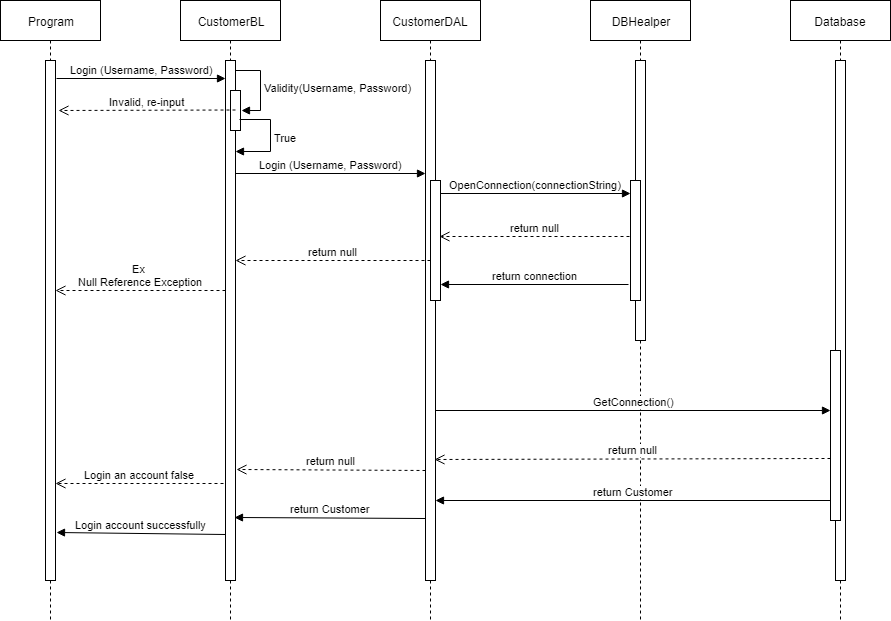
Before: Document/Sequence Diagram/SequenceDiagram_Login.png, a diagram exported from draw.io (LinhNguyennnn/Shop_HeadPhone_G03). Source tidied: cells renumbered, new cells last; positions are measured from the earlier drawing's top-left corner, leaving out a move shared by most shapes. Source of this version:
```xml
<mxGraphModel>
  <root>
    <mxCell id="0" />
    <mxCell id="1" parent="0" />
    <mxCell id="2" value="Program" style="shape=umlLifeline;perimeter=lifelinePerimeter;whiteSpace=wrap;html=1;" parent="1" vertex="1">
      <mxGeometry width="100" height="620" as="geometry" />
    </mxCell>
    <mxCell id="3" style="html=1;points=[];perimeter=orthogonalPerimeter;" parent="2" vertex="1">
      <mxGeometry x="45" y="60" width="10" height="520" as="geometry" />
    </mxCell>
    <mxCell id="4" value="CustomerBL" style="shape=umlLifeline;perimeter=lifelinePerimeter;whiteSpace=wrap;html=1;" parent="1" vertex="1">
      <mxGeometry x="180" width="100" height="620" as="geometry" />
    </mxCell>
    <mxCell id="5" value="CustomerDAL" style="shape=umlLifeline;perimeter=lifelinePerimeter;whiteSpace=wrap;html=1;" parent="1" vertex="1">
      <mxGeometry x="380" width="100" height="620" as="geometry" />
    </mxCell>
    <mxCell id="6" style="html=1;points=[];perimeter=orthogonalPerimeter;" parent="5" vertex="1">
      <mxGeometry x="45" y="60" width="10" height="520" as="geometry" />
    </mxCell>
    <mxCell id="7" style="html=1;points=[];perimeter=orthogonalPerimeter;" parent="5" vertex="1">
      <mxGeometry x="50" y="180" width="10" height="120" as="geometry" />
    </mxCell>
    <mxCell id="8" value="DBHealper" style="shape=umlLifeline;perimeter=lifelinePerimeter;whiteSpace=wrap;html=1;" parent="1" vertex="1">
      <mxGeometry x="590" width="100" height="620" as="geometry" />
    </mxCell>
    <mxCell id="9" style="html=1;perimeter=orthogonalPerimeter;" parent="8" vertex="1">
      <mxGeometry x="45" y="60" width="10" height="280" as="geometry" />
    </mxCell>
    <mxCell id="10" style="html=1;points=[];perimeter=orthogonalPerimeter;" parent="8" vertex="1">
      <mxGeometry x="40" y="180" width="10" height="120" as="geometry" />
    </mxCell>
    <mxCell id="11" value="Database" style="shape=umlLifeline;perimeter=lifelinePerimeter;whiteSpace=wrap;html=1;" parent="1" vertex="1">
      <mxGeometry x="790" width="100" height="620" as="geometry" />
    </mxCell>
    <mxCell id="12" style="html=1;perimeter=orthogonalPerimeter;" parent="11" vertex="1">
      <mxGeometry x="45" y="60" width="10" height="520" as="geometry" />
    </mxCell>
    <mxCell id="13" style="html=1;points=[];perimeter=orthogonalPerimeter;" parent="11" vertex="1">
      <mxGeometry x="40" y="350" width="10" height="170" as="geometry" />
    </mxCell>
    <mxCell id="14" style="html=1;points=[];perimeter=orthogonalPerimeter;" parent="1" vertex="1">
      <mxGeometry x="225" y="60" width="10" height="520" as="geometry" />
    </mxCell>
    <mxCell id="15" value="Login (Username, Password)" style="html=1;verticalAlign=bottom;endArrow=block;exitX=1.1;exitY=0.035;exitDx=0;exitDy=0;exitPerimeter=0;" parent="1" edge="1" source="3" target="14">
      <mxGeometry relative="1" as="geometry" />
    </mxCell>
    <mxCell id="16" style="html=1;points=[];perimeter=orthogonalPerimeter;" parent="1" vertex="1">
      <mxGeometry x="230" y="90" width="10" height="40" as="geometry" />
    </mxCell>
    <mxCell id="17" value="Validity(Username, Password)" style="edgeStyle=orthogonalEdgeStyle;html=1;align=left;spacingLeft=2;endArrow=block;rounded=0;entryX=1.083;entryY=0.492;entryDx=0;entryDy=0;entryPerimeter=0;" parent="1" edge="1" source="14" target="16">
      <mxGeometry relative="1" as="geometry">
        <Array as="points">
          <mxPoint x="260" y="70" />
          <mxPoint x="260" y="110" />
        </Array>
      </mxGeometry>
    </mxCell>
    <mxCell id="18" value="True" style="edgeStyle=orthogonalEdgeStyle;html=1;align=left;spacingLeft=2;endArrow=block;rounded=0;exitX=0.917;exitY=0.721;exitDx=0;exitDy=0;exitPerimeter=0;" parent="1" edge="1" source="16" target="14">
      <mxGeometry relative="1" as="geometry">
        <Array as="points">
          <mxPoint x="270" y="119" />
          <mxPoint x="270" y="151" />
        </Array>
      </mxGeometry>
    </mxCell>
    <mxCell id="19" value="Login (Username, Password)" style="html=1;verticalAlign=bottom;endArrow=block;entryX=0;entryY=0.217;entryDx=0;entryDy=0;entryPerimeter=0;" parent="1" edge="1" source="14" target="6">
      <mxGeometry relative="1" as="geometry" />
    </mxCell>
    <mxCell id="20" value="OpenConnection(connectionString)" style="html=1;verticalAlign=bottom;endArrow=block;" parent="1" edge="1" target="10">
      <mxGeometry relative="1" as="geometry">
        <mxPoint x="440" y="193" as="sourcePoint" />
      </mxGeometry>
    </mxCell>
    <mxCell id="21" value="return connection" style="html=1;verticalAlign=bottom;endArrow=block;exitX=-0.2;exitY=0.867;exitDx=0;exitDy=0;exitPerimeter=0;" parent="1" edge="1" source="10" target="7">
      <mxGeometry relative="1" as="geometry" />
    </mxCell>
    <mxCell id="22" value="GetConnection()" style="html=1;verticalAlign=bottom;endArrow=block;entryX=0;entryY=0.353;entryDx=0;entryDy=0;entryPerimeter=0;" parent="1" edge="1" source="6" target="13">
      <mxGeometry relative="1" as="geometry" />
    </mxCell>
    <mxCell id="23" value="return Customer" style="html=1;verticalAlign=bottom;endArrow=block;exitX=0;exitY=0.882;exitDx=0;exitDy=0;exitPerimeter=0;" parent="1" edge="1" source="13" target="6">
      <mxGeometry relative="1" as="geometry" />
    </mxCell>
    <mxCell id="24" value="return null" style="html=1;verticalAlign=bottom;endArrow=open;dashed=1;endSize=8;exitX=0;exitY=0.635;exitDx=0;exitDy=0;exitPerimeter=0;entryX=0.9;entryY=0.767;entryDx=0;entryDy=0;entryPerimeter=0;" parent="1" edge="1" source="13" target="6">
      <mxGeometry relative="1" as="geometry" />
    </mxCell>
    <mxCell id="25" value="return null" style="html=1;verticalAlign=bottom;endArrow=open;dashed=1;endSize=8;exitX=0;exitY=0.788;exitDx=0;exitDy=0;exitPerimeter=0;entryX=1.1;entryY=0.787;entryDx=0;entryDy=0;entryPerimeter=0;" parent="1" edge="1" source="6" target="14">
      <mxGeometry relative="1" as="geometry" />
    </mxCell>
    <mxCell id="26" value="return Customer" style="html=1;verticalAlign=bottom;endArrow=block;exitX=0;exitY=0.881;exitDx=0;exitDy=0;exitPerimeter=0;entryX=0.9;entryY=0.879;entryDx=0;entryDy=0;entryPerimeter=0;" parent="1" edge="1" source="6" target="14">
      <mxGeometry relative="1" as="geometry" />
    </mxCell>
    <mxCell id="27" value="Login an account false" style="html=1;verticalAlign=bottom;endArrow=open;dashed=1;endSize=8;exitX=-0.2;exitY=0.813;exitDx=0;exitDy=0;exitPerimeter=0;" parent="1" edge="1" source="14" target="3">
      <mxGeometry relative="1" as="geometry" />
    </mxCell>
    <mxCell id="28" value="Login account successfully" style="html=1;verticalAlign=bottom;endArrow=block;exitX=0;exitY=0.912;exitDx=0;exitDy=0;exitPerimeter=0;entryX=1.1;entryY=0.908;entryDx=0;entryDy=0;entryPerimeter=0;" parent="1" edge="1" source="14" target="3">
      <mxGeometry relative="1" as="geometry" />
    </mxCell>
    <mxCell id="29" value="return null" style="html=1;verticalAlign=bottom;endArrow=open;dashed=1;endSize=8;exitX=-0.1;exitY=0.467;exitDx=0;exitDy=0;exitPerimeter=0;entryX=0.9;entryY=0.467;entryDx=0;entryDy=0;entryPerimeter=0;" parent="1" edge="1" source="10" target="7">
      <mxGeometry relative="1" as="geometry" />
    </mxCell>
    <mxCell id="30" value="return null" style="html=1;verticalAlign=bottom;endArrow=open;dashed=1;endSize=8;exitX=0.5;exitY=0.385;exitDx=0;exitDy=0;exitPerimeter=0;entryX=1;entryY=0.385;entryDx=0;entryDy=0;entryPerimeter=0;" parent="1" edge="1" source="6" target="14">
      <mxGeometry relative="1" as="geometry" />
    </mxCell>
    <mxCell id="31" value="Ex &lt;br&gt;Null Reference Exception" style="html=1;verticalAlign=bottom;endArrow=open;dashed=1;endSize=8;exitX=-0.1;exitY=0.467;exitDx=0;exitDy=0;exitPerimeter=0;" parent="1" edge="1" target="3">
      <mxGeometry relative="1" as="geometry">
        <mxPoint x="225" y="290" as="sourcePoint" />
      </mxGeometry>
    </mxCell>
    <mxCell id="32" value="Invalid, re-input" style="html=1;verticalAlign=bottom;endArrow=open;dashed=1;endSize=8;entryX=1.3;entryY=0.096;entryDx=0;entryDy=0;entryPerimeter=0;" parent="1" edge="1" target="3">
      <mxGeometry relative="1" as="geometry">
        <mxPoint x="235" y="109.5" as="sourcePoint" />
      </mxGeometry>
    </mxCell>
  </root>
</mxGraphModel>
```
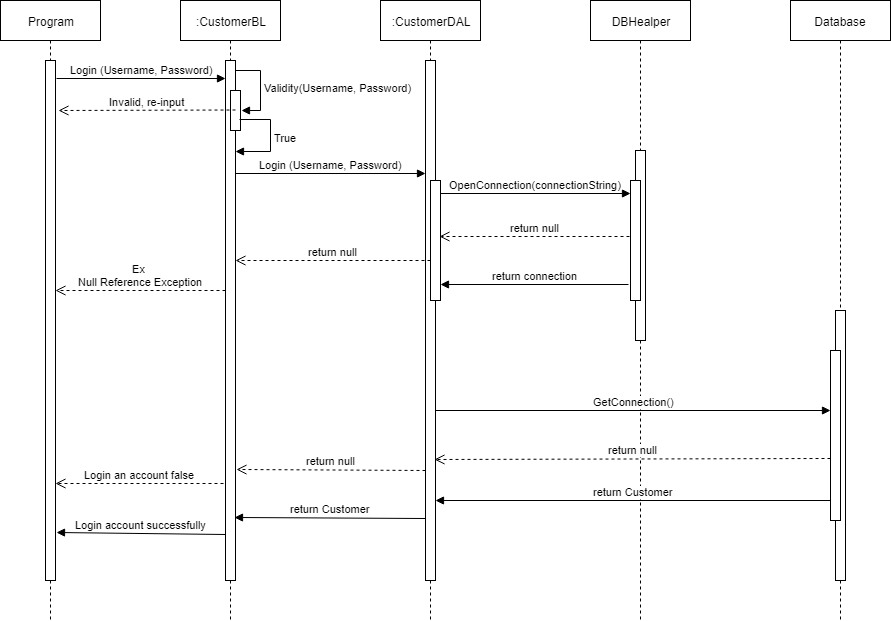
After the commit.

The edit, as a diff of the source:
```diff
@@ -8,10 +8,10 @@
     <mxCell id="3" style="html=1;points=[];perimeter=orthogonalPerimeter;" parent="2" vertex="1">
       <mxGeometry x="45" y="60" width="10" height="520" as="geometry" />
     </mxCell>
-    <mxCell id="4" value="CustomerBL" style="shape=umlLifeline;perimeter=lifelinePerimeter;whiteSpace=wrap;html=1;" parent="1" vertex="1">
+    <mxCell id="4" value=":CustomerBL" style="shape=umlLifeline;perimeter=lifelinePerimeter;whiteSpace=wrap;html=1;" parent="1" vertex="1">
       <mxGeometry x="180" width="100" height="620" as="geometry" />
     </mxCell>
-    <mxCell id="5" value="CustomerDAL" style="shape=umlLifeline;perimeter=lifelinePerimeter;whiteSpace=wrap;html=1;" parent="1" vertex="1">
+    <mxCell id="5" value=":CustomerDAL" style="shape=umlLifeline;perimeter=lifelinePerimeter;whiteSpace=wrap;html=1;" parent="1" vertex="1">
       <mxGeometry x="380" width="100" height="620" as="geometry" />
     </mxCell>
     <mxCell id="6" style="html=1;points=[];perimeter=orthogonalPerimeter;" parent="5" vertex="1">
@@ -24,7 +24,7 @@
       <mxGeometry x="590" width="100" height="620" as="geometry" />
     </mxCell>
     <mxCell id="9" style="html=1;perimeter=orthogonalPerimeter;" parent="8" vertex="1">
-      <mxGeometry x="45" y="60" width="10" height="280" as="geometry" />
+      <mxGeometry x="45" y="150" width="10" height="190" as="geometry" />
     </mxCell>
     <mxCell id="10" style="html=1;points=[];perimeter=orthogonalPerimeter;" parent="8" vertex="1">
       <mxGeometry x="40" y="180" width="10" height="120" as="geometry" />
@@ -33,7 +33,7 @@
       <mxGeometry x="790" width="100" height="620" as="geometry" />
     </mxCell>
     <mxCell id="12" style="html=1;perimeter=orthogonalPerimeter;" parent="11" vertex="1">
-      <mxGeometry x="45" y="60" width="10" height="520" as="geometry" />
+      <mxGeometry x="45" y="310" width="10" height="270" as="geometry" />
     </mxCell>
     <mxCell id="13" style="html=1;points=[];perimeter=orthogonalPerimeter;" parent="11" vertex="1">
       <mxGeometry x="40" y="350" width="10" height="170" as="geometry" />
```
